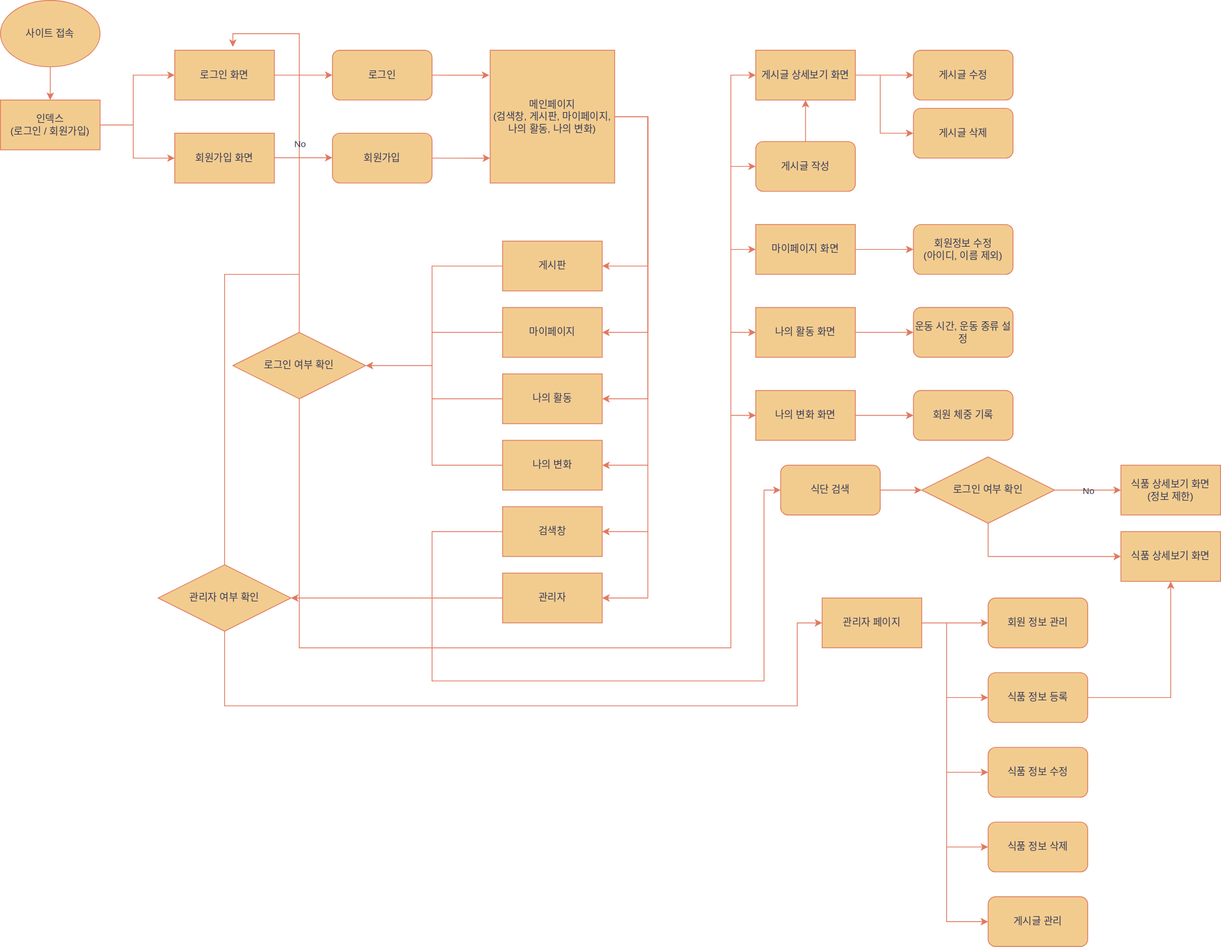
checkIn97/Diet-Project keeps this draw.io diagram as document/플로우차트.svg. Above is the earlier version. Source tidied: cells renumbered, new cells last; positions are measured from the earlier drawing's top-left corner, leaving out a move shared by most shapes.
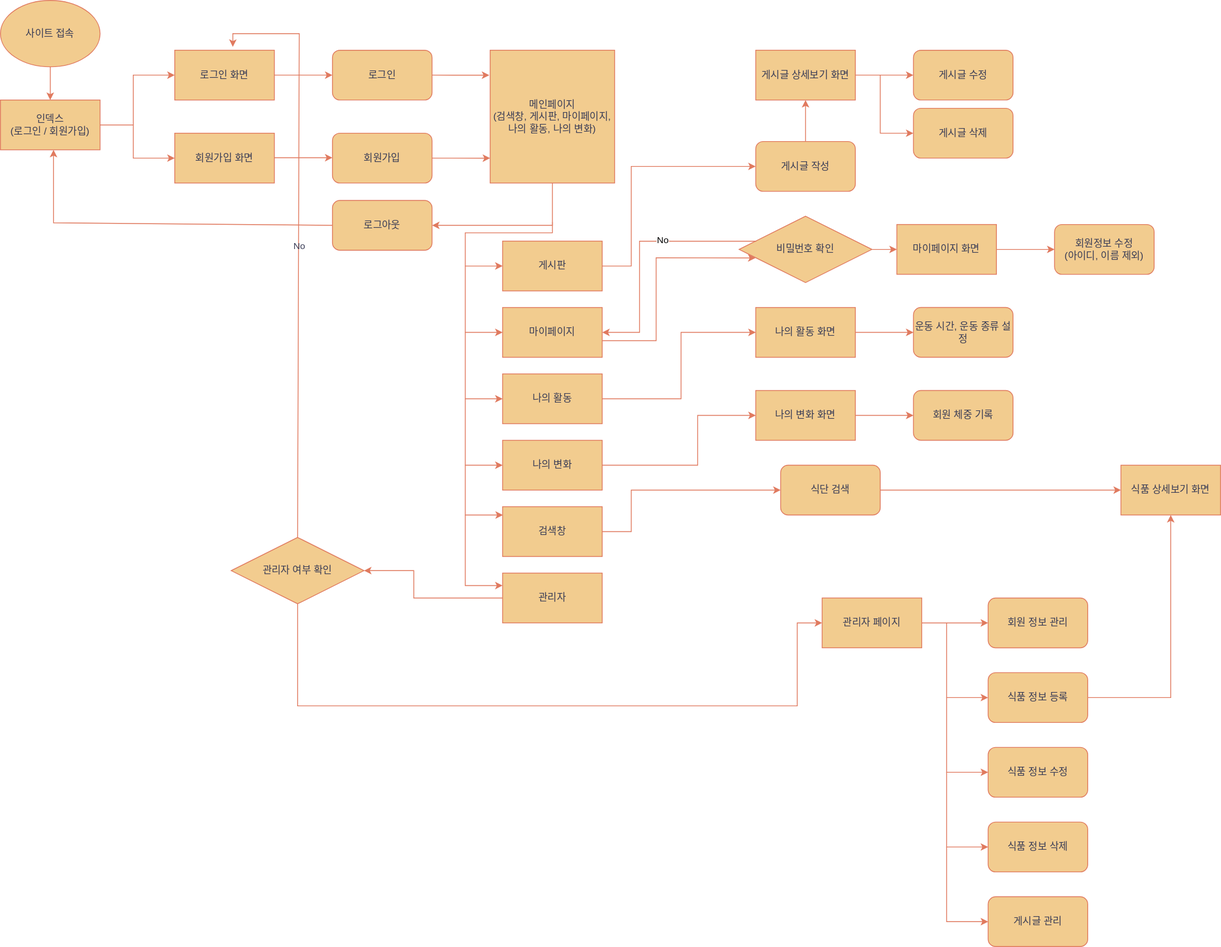
Later version of the same file.

Commit message:
플로우차트.svg 업데이트

The edit, as a diff of the source:
```diff
@@ -73,7 +73,8 @@
     </mxCell>
-    <mxCell id="20" style="endArrow=classic;html=1;rounded=0;exitX=1;exitY=0.5;exitDx=0;exitDy=0;entryX=1;entryY=0.5;entryDx=0;entryDy=0;labelBackgroundColor=none;strokeColor=#E07A5F;fontColor=default;" parent="1" edge="1" source="13" target="19">
+    <mxCell id="20" style="endArrow=classic;html=1;rounded=0;entryX=0;entryY=0.5;entryDx=0;entryDy=0;labelBackgroundColor=none;strokeColor=#E07A5F;fontColor=default;" parent="1" edge="1" target="19">
       <mxGeometry relative="1" as="geometry">
+        <mxPoint x="560" y="480" as="sourcePoint" />
         <Array as="points">
-          <mxPoint x="780" y="140" />
-          <mxPoint x="780" y="560" />
+          <mxPoint x="560" y="500" />
+          <mxPoint x="560" y="560" />
         </Array>
@@ -81,7 +82,8 @@
     </mxCell>
-    <mxCell id="21" style="endArrow=classic;html=1;rounded=0;exitX=1;exitY=0.5;exitDx=0;exitDy=0;entryX=1;entryY=0.5;entryDx=0;entryDy=0;labelBackgroundColor=none;strokeColor=#E07A5F;fontColor=default;" parent="1" edge="1" source="13" target="17">
+    <mxCell id="21" style="endArrow=classic;html=1;rounded=0;entryX=0;entryY=0.5;entryDx=0;entryDy=0;labelBackgroundColor=none;strokeColor=#E07A5F;fontColor=default;" parent="1" edge="1" target="17">
       <mxGeometry relative="1" as="geometry">
+        <mxPoint x="560" y="400" as="sourcePoint" />
         <Array as="points">
-          <mxPoint x="780" y="140" />
-          <mxPoint x="780" y="480" />
+          <mxPoint x="560" y="420" />
+          <mxPoint x="560" y="480" />
         </Array>
@@ -89,7 +91,7 @@
     </mxCell>
-    <mxCell id="22" style="endArrow=classic;html=1;rounded=0;exitX=1;exitY=0.5;exitDx=0;exitDy=0;entryX=1;entryY=0.5;entryDx=0;entryDy=0;labelBackgroundColor=none;strokeColor=#E07A5F;fontColor=default;" parent="1" edge="1" source="13" target="18">
+    <mxCell id="22" style="endArrow=classic;html=1;rounded=0;entryX=0;entryY=0.5;entryDx=0;entryDy=0;labelBackgroundColor=none;strokeColor=#E07A5F;fontColor=default;" parent="1" edge="1" target="18">
       <mxGeometry relative="1" as="geometry">
+        <mxPoint x="560" y="320" as="sourcePoint" />
         <Array as="points">
-          <mxPoint x="780" y="140" />
-          <mxPoint x="780" y="400" />
+          <mxPoint x="560" y="400" />
         </Array>
@@ -97,7 +99,9 @@
     </mxCell>
-    <mxCell id="23" style="endArrow=classic;html=1;rounded=0;exitX=1;exitY=0.5;exitDx=0;exitDy=0;entryX=1;entryY=0.5;entryDx=0;entryDy=0;labelBackgroundColor=none;strokeColor=#E07A5F;fontColor=default;" parent="1" edge="1" source="13" target="16">
+    <mxCell id="23" style="endArrow=classic;html=1;rounded=0;entryX=0;entryY=0.5;entryDx=0;entryDy=0;labelBackgroundColor=none;strokeColor=#E07A5F;fontColor=default;" parent="1" edge="1" target="16">
       <mxGeometry relative="1" as="geometry">
+        <mxPoint x="665" y="267" as="sourcePoint" />
         <Array as="points">
-          <mxPoint x="780" y="140" />
-          <mxPoint x="780" y="320" />
+          <mxPoint x="665" y="280" />
+          <mxPoint x="560" y="280" />
+          <mxPoint x="560" y="320" />
         </Array>
@@ -105,35 +109,3 @@
     </mxCell>
-    <mxCell id="24" value="로그인 여부 확인" style="rhombus;whiteSpace=wrap;html=1;labelBackgroundColor=none;fillColor=#F2CC8F;strokeColor=#E07A5F;fontColor=#393C56;" parent="1" vertex="1">
-      <mxGeometry x="280" y="400" width="160" height="80" as="geometry" />
-    </mxCell>
-    <mxCell id="25" style="endArrow=classic;html=1;rounded=0;exitX=0;exitY=0.5;exitDx=0;exitDy=0;entryX=1;entryY=0.5;entryDx=0;entryDy=0;labelBackgroundColor=none;strokeColor=#E07A5F;fontColor=default;" parent="1" edge="1" source="16" target="24">
-      <mxGeometry relative="1" as="geometry">
-        <Array as="points">
-          <mxPoint x="520" y="320" />
-          <mxPoint x="520" y="440" />
-        </Array>
-      </mxGeometry>
-    </mxCell>
-    <mxCell id="26" style="endArrow=none;html=1;rounded=0;exitX=0;exitY=0.5;exitDx=0;exitDy=0;labelBackgroundColor=none;strokeColor=#E07A5F;fontColor=default;" parent="1" edge="1" source="18">
-      <mxGeometry relative="1" as="geometry">
-        <mxPoint x="520" y="400" as="targetPoint" />
-      </mxGeometry>
-    </mxCell>
-    <mxCell id="27" style="endArrow=none;html=1;rounded=0;exitX=0;exitY=0.5;exitDx=0;exitDy=0;labelBackgroundColor=none;strokeColor=#E07A5F;fontColor=default;" parent="1" edge="1" source="17">
-      <mxGeometry relative="1" as="geometry">
-        <mxPoint x="520" y="440" as="targetPoint" />
-        <Array as="points">
-          <mxPoint x="520" y="480" />
-        </Array>
-      </mxGeometry>
-    </mxCell>
-    <mxCell id="28" style="endArrow=none;html=1;rounded=0;exitX=0;exitY=0.5;exitDx=0;exitDy=0;labelBackgroundColor=none;strokeColor=#E07A5F;fontColor=default;" parent="1" edge="1" source="19">
-      <mxGeometry relative="1" as="geometry">
-        <mxPoint x="520" y="480" as="targetPoint" />
-        <Array as="points">
-          <mxPoint x="520" y="560" />
-        </Array>
-      </mxGeometry>
-    </mxCell>
-    <mxCell id="29" style="endArrow=classic;html=1;rounded=0;exitX=0.5;exitY=0;exitDx=0;exitDy=0;entryX=0.583;entryY=-0.067;entryDx=0;entryDy=0;entryPerimeter=0;labelBackgroundColor=none;strokeColor=#E07A5F;fontColor=default;" parent="1" edge="1" source="24" target="6">
+    <mxCell id="29" style="endArrow=classic;html=1;rounded=0;exitX=0.5;exitY=0;exitDx=0;exitDy=0;entryX=0.583;entryY=-0.067;entryDx=0;entryDy=0;entryPerimeter=0;labelBackgroundColor=none;strokeColor=#E07A5F;fontColor=default;" parent="1" edge="1" source="58" target="6">
       <mxGeometry relative="1" as="geometry">
@@ -148,12 +120,2 @@
     </mxCell>
-    <mxCell id="31" style="endArrow=classic;html=1;rounded=0;exitX=0.5;exitY=1;exitDx=0;exitDy=0;entryX=0;entryY=0.5;entryDx=0;entryDy=0;labelBackgroundColor=none;strokeColor=#E07A5F;fontColor=default;" parent="1" edge="1" source="24">
-      <mxGeometry relative="1" as="geometry">
-        <mxPoint x="910" y="90" as="targetPoint" />
-        <Array as="points">
-          <mxPoint x="360" y="780" />
-          <mxPoint x="880" y="780" />
-          <mxPoint x="880" y="90" />
-        </Array>
-      </mxGeometry>
-    </mxCell>
     <mxCell id="32" value="게시글 작성" style="rounded=1;whiteSpace=wrap;html=1;labelBackgroundColor=none;fillColor=#F2CC8F;strokeColor=#E07A5F;fontColor=#393C56;" parent="1" vertex="1">
@@ -161,5 +123,8 @@
     </mxCell>
-    <mxCell id="33" style="endArrow=classic;html=1;rounded=0;entryX=0;entryY=0.5;entryDx=0;entryDy=0;labelBackgroundColor=none;strokeColor=#E07A5F;fontColor=default;" parent="1" edge="1" target="32">
+    <mxCell id="33" style="endArrow=classic;html=1;rounded=0;entryX=0;entryY=0.5;entryDx=0;entryDy=0;labelBackgroundColor=none;strokeColor=#E07A5F;fontColor=default;exitX=1;exitY=0.5;exitDx=0;exitDy=0;" parent="1" edge="1" source="16" target="32">
       <mxGeometry relative="1" as="geometry">
-        <mxPoint x="880" y="200" as="sourcePoint" />
+        <Array as="points">
+          <mxPoint x="760" y="320" />
+          <mxPoint x="760" y="200" />
+        </Array>
       </mxGeometry>
@@ -190,11 +155,6 @@
     <mxCell id="40" value="마이페이지 화면" style="rounded=0;whiteSpace=wrap;html=1;labelBackgroundColor=none;fillColor=#F2CC8F;strokeColor=#E07A5F;fontColor=#393C56;" parent="1" vertex="1">
-      <mxGeometry x="910" y="270" width="120" height="60" as="geometry" />
+      <mxGeometry x="1080" y="270" width="120" height="60" as="geometry" />
     </mxCell>
-    <mxCell id="41" style="endArrow=classic;html=1;rounded=0;entryX=0;entryY=0.5;entryDx=0;entryDy=0;labelBackgroundColor=none;strokeColor=#E07A5F;fontColor=default;" parent="1" edge="1" target="40">
-      <mxGeometry relative="1" as="geometry">
-        <mxPoint x="880" y="300" as="sourcePoint" />
-      </mxGeometry>
-    </mxCell>
     <mxCell id="42" value="회원정보 수정&lt;div&gt;(아이디, 이름 제외)&lt;/div&gt;" style="rounded=1;whiteSpace=wrap;html=1;labelBackgroundColor=none;fillColor=#F2CC8F;strokeColor=#E07A5F;fontColor=#393C56;" parent="1" vertex="1">
-      <mxGeometry x="1100" y="270" width="120" height="60" as="geometry" />
+      <mxGeometry x="1270" y="270" width="120" height="60" as="geometry" />
     </mxCell>
@@ -206,5 +166,8 @@
     </mxCell>
-    <mxCell id="45" style="endArrow=classic;html=1;rounded=0;entryX=0;entryY=0.5;entryDx=0;entryDy=0;labelBackgroundColor=none;strokeColor=#E07A5F;fontColor=default;" parent="1" edge="1" target="44">
+    <mxCell id="45" style="endArrow=classic;html=1;rounded=0;entryX=0;entryY=0.5;entryDx=0;entryDy=0;labelBackgroundColor=none;strokeColor=#E07A5F;fontColor=default;exitX=1;exitY=0.5;exitDx=0;exitDy=0;" parent="1" edge="1" source="17" target="44">
       <mxGeometry relative="1" as="geometry">
-        <mxPoint x="880" y="400" as="sourcePoint" />
+        <Array as="points">
+          <mxPoint x="820" y="480" />
+          <mxPoint x="820" y="400" />
+        </Array>
       </mxGeometry>
@@ -220,5 +183,8 @@
     </mxCell>
-    <mxCell id="49" style="endArrow=classic;html=1;rounded=0;entryX=0;entryY=0.5;entryDx=0;entryDy=0;labelBackgroundColor=none;strokeColor=#E07A5F;fontColor=default;" parent="1" edge="1" target="48">
+    <mxCell id="49" style="endArrow=classic;html=1;rounded=0;entryX=0;entryY=0.5;entryDx=0;entryDy=0;labelBackgroundColor=none;strokeColor=#E07A5F;fontColor=default;exitX=1;exitY=0.5;exitDx=0;exitDy=0;" parent="1" edge="1" source="19" target="48">
       <mxGeometry relative="1" as="geometry">
-        <mxPoint x="880" y="500" as="sourcePoint" />
+        <Array as="points">
+          <mxPoint x="840" y="560" />
+          <mxPoint x="840" y="500" />
+        </Array>
       </mxGeometry>
@@ -234,7 +200,7 @@
     </mxCell>
-    <mxCell id="53" style="endArrow=classic;html=1;rounded=0;entryX=1;entryY=0.5;entryDx=0;entryDy=0;labelBackgroundColor=none;strokeColor=#E07A5F;fontColor=default;" parent="1" edge="1" target="52">
+    <mxCell id="53" style="endArrow=classic;html=1;rounded=0;entryX=0.003;entryY=0.167;entryDx=0;entryDy=0;labelBackgroundColor=none;strokeColor=#E07A5F;fontColor=default;entryPerimeter=0;" parent="1" edge="1" target="52">
       <mxGeometry relative="1" as="geometry">
-        <mxPoint x="780" y="560" as="sourcePoint" />
+        <mxPoint x="560" y="560" as="sourcePoint" />
         <Array as="points">
-          <mxPoint x="780" y="640" />
+          <mxPoint x="560" y="620" />
         </Array>
@@ -245,7 +211,7 @@
     </mxCell>
-    <mxCell id="55" style="endArrow=classic;html=1;rounded=0;entryX=1;entryY=0.5;entryDx=0;entryDy=0;labelBackgroundColor=none;strokeColor=#E07A5F;fontColor=default;" parent="1" edge="1" target="54">
+    <mxCell id="55" style="endArrow=classic;html=1;rounded=0;entryX=0;entryY=0.25;entryDx=0;entryDy=0;labelBackgroundColor=none;strokeColor=#E07A5F;fontColor=default;" parent="1" edge="1" target="54">
       <mxGeometry relative="1" as="geometry">
-        <mxPoint x="780" y="640" as="sourcePoint" />
+        <mxPoint x="560" y="620" as="sourcePoint" />
         <Array as="points">
-          <mxPoint x="780" y="720" />
+          <mxPoint x="560" y="705" />
         </Array>
@@ -256,8 +222,7 @@
     </mxCell>
-    <mxCell id="57" style="endArrow=classic;html=1;rounded=0;exitX=0;exitY=0.5;exitDx=0;exitDy=0;entryX=0;entryY=0.5;entryDx=0;entryDy=0;labelBackgroundColor=none;strokeColor=#E07A5F;fontColor=default;" parent="1" edge="1" source="52" target="56">
+    <mxCell id="57" style="endArrow=classic;html=1;rounded=0;exitX=1;exitY=0.5;exitDx=0;exitDy=0;entryX=0;entryY=0.5;entryDx=0;entryDy=0;labelBackgroundColor=none;strokeColor=#E07A5F;fontColor=default;" parent="1" edge="1" source="52" target="56">
       <mxGeometry relative="1" as="geometry">
         <Array as="points">
-          <mxPoint x="520" y="640" />
-          <mxPoint x="520" y="820" />
-          <mxPoint x="920" y="820" />
+          <mxPoint x="760" y="640" />
+          <mxPoint x="760" y="590" />
           <mxPoint x="920" y="590" />
@@ -267,18 +232,14 @@
     <mxCell id="58" value="관리자 여부 확인" style="rhombus;whiteSpace=wrap;html=1;labelBackgroundColor=none;fillColor=#F2CC8F;strokeColor=#E07A5F;fontColor=#393C56;" parent="1" vertex="1">
-      <mxGeometry x="190" y="680" width="160" height="80" as="geometry" />
+      <mxGeometry x="278" y="647" width="160" height="80" as="geometry" />
     </mxCell>
     <mxCell id="59" style="endArrow=classic;html=1;rounded=0;exitX=0;exitY=0.5;exitDx=0;exitDy=0;entryX=1;entryY=0.5;entryDx=0;entryDy=0;labelBackgroundColor=none;strokeColor=#E07A5F;fontColor=default;" parent="1" edge="1" source="54" target="58">
-      <mxGeometry relative="1" as="geometry" />
+      <mxGeometry relative="1" as="geometry">
+        <Array as="points">
+          <mxPoint x="498" y="720" />
+          <mxPoint x="498" y="687" />
+        </Array>
+      </mxGeometry>
     </mxCell>
-    <mxCell id="60" style="endArrow=none;html=1;rounded=0;exitX=0.5;exitY=0;exitDx=0;exitDy=0;labelBackgroundColor=none;strokeColor=#E07A5F;fontColor=default;" parent="1" edge="1" source="58">
-      <mxGeometry relative="1" as="geometry">
-        <mxPoint x="360" y="330" as="targetPoint" />
-        <Array as="points">
-          <mxPoint x="270" y="330" />
-        </Array>
-      </mxGeometry>
-    </mxCell>
-    <mxCell id="61" style="endArrow=classic;html=1;rounded=0;entryX=0;entryY=0.5;entryDx=0;entryDy=0;exitX=1;exitY=0.5;exitDx=0;exitDy=0;labelBackgroundColor=none;strokeColor=#E07A5F;fontColor=default;" parent="1" edge="1" source="56">
+    <mxCell id="61" style="endArrow=classic;html=1;rounded=0;entryX=0;entryY=0.5;entryDx=0;entryDy=0;exitX=1;exitY=0.5;exitDx=0;exitDy=0;labelBackgroundColor=none;strokeColor=#E07A5F;fontColor=default;" parent="1" edge="1" source="56" target="69">
       <mxGeometry relative="1" as="geometry">
-        <mxPoint x="1110" y="590" as="targetPoint" />
         <Array as="points">
@@ -291,3 +252,3 @@
         <Array as="points">
-          <mxPoint x="270" y="850" />
+          <mxPoint x="358" y="850" />
           <mxPoint x="960" y="850" />
@@ -300,26 +261,4 @@
     </mxCell>
-    <mxCell id="64" value="식품 상세보기 화면&lt;div&gt;(정보 제한)&lt;/div&gt;" style="rounded=0;whiteSpace=wrap;html=1;labelBackgroundColor=none;fillColor=#F2CC8F;strokeColor=#E07A5F;fontColor=#393C56;" parent="1" vertex="1">
-      <mxGeometry x="1350" y="560" width="120" height="60" as="geometry" />
-    </mxCell>
-    <mxCell id="65" value="로그인 여부 확인" style="rhombus;whiteSpace=wrap;html=1;labelBackgroundColor=none;fillColor=#F2CC8F;strokeColor=#E07A5F;fontColor=#393C56;" parent="1" vertex="1">
-      <mxGeometry x="1110" y="550" width="160" height="80" as="geometry" />
-    </mxCell>
-    <mxCell id="66" style="endArrow=classic;html=1;rounded=0;entryX=0;entryY=0.5;entryDx=0;entryDy=0;labelBackgroundColor=none;strokeColor=#E07A5F;fontColor=default;" parent="1" edge="1" target="64">
-      <mxGeometry relative="1" as="geometry">
-        <mxPoint x="1270" y="590" as="sourcePoint" />
-      </mxGeometry>
-    </mxCell>
-    <mxCell id="67" value="No" style="edgeLabel;html=1;align=center;verticalAlign=middle;labelBackgroundColor=none;fontColor=#393C56;" parent="66" vertex="1">
-      <mxGeometry relative="1" as="geometry" />
-    </mxCell>
-    <mxCell id="68" style="endArrow=classic;html=1;rounded=0;exitX=0.5;exitY=1;exitDx=0;exitDy=0;labelBackgroundColor=none;strokeColor=#E07A5F;fontColor=default;" parent="1" edge="1" source="65">
-      <mxGeometry relative="1" as="geometry">
-        <mxPoint x="1350" y="670" as="targetPoint" />
-        <Array as="points">
-          <mxPoint x="1190" y="670" />
-        </Array>
-      </mxGeometry>
-    </mxCell>
     <mxCell id="69" value="식품 상세보기 화면" style="rounded=0;whiteSpace=wrap;html=1;labelBackgroundColor=none;fillColor=#F2CC8F;strokeColor=#E07A5F;fontColor=#393C56;" parent="1" vertex="1">
-      <mxGeometry x="1350" y="640" width="120" height="60" as="geometry" />
+      <mxGeometry x="1350" y="560" width="120" height="60" as="geometry" />
     </mxCell>
@@ -382,2 +321,45 @@
     </mxCell>
+    <mxCell id="81" value="로그아웃" style="rounded=1;whiteSpace=wrap;html=1;labelBackgroundColor=none;fillColor=#F2CC8F;strokeColor=#E07A5F;fontColor=#393C56;" parent="1" vertex="1">
+      <mxGeometry x="400" y="241" width="120" height="60" as="geometry" />
+    </mxCell>
+    <mxCell id="82" style="endArrow=classic;html=1;rounded=0;entryX=1;entryY=0.5;entryDx=0;entryDy=0;labelBackgroundColor=none;strokeColor=#E07A5F;fontColor=default;exitX=0.5;exitY=1;exitDx=0;exitDy=0;" parent="1" edge="1" source="13" target="81">
+      <mxGeometry relative="1" as="geometry">
+        <Array as="points">
+          <mxPoint x="665" y="271" />
+        </Array>
+      </mxGeometry>
+    </mxCell>
+    <mxCell id="83" style="endArrow=classic;html=1;rounded=0;entryX=0.533;entryY=1;entryDx=0;entryDy=0;labelBackgroundColor=none;strokeColor=#E07A5F;fontColor=default;exitX=0;exitY=0.5;exitDx=0;exitDy=0;entryPerimeter=0;" parent="1" edge="1" source="81" target="3">
+      <mxGeometry relative="1" as="geometry">
+        <Array as="points">
+          <mxPoint x="64" y="268" />
+        </Array>
+      </mxGeometry>
+    </mxCell>
+    <mxCell id="84" value="비밀번호 확인" style="rhombus;whiteSpace=wrap;html=1;labelBackgroundColor=none;fillColor=#F2CC8F;strokeColor=#E07A5F;fontColor=#393C56;" parent="1" vertex="1">
+      <mxGeometry x="890" y="260" width="160" height="80" as="geometry" />
+    </mxCell>
+    <mxCell id="85" style="endArrow=classic;html=1;rounded=0;labelBackgroundColor=none;strokeColor=#E07A5F;fontColor=default;entryX=1;entryY=0.5;entryDx=0;entryDy=0;exitX=0.129;exitY=0.377;exitDx=0;exitDy=0;exitPerimeter=0;" parent="1" edge="1" source="84" target="18">
+      <mxGeometry relative="1" as="geometry">
+        <Array as="points">
+          <mxPoint x="770" y="290" />
+          <mxPoint x="770" y="400" />
+        </Array>
+      </mxGeometry>
+    </mxCell>
+    <mxCell id="67" value="No" style="edgeLabel;html=1;align=center;verticalAlign=middle;" parent="85" vertex="1">
+      <mxGeometry x="-0.23" y="-1" relative="1" as="geometry" />
+    </mxCell>
+    <mxCell id="86" style="endArrow=classic;html=1;rounded=0;labelBackgroundColor=none;strokeColor=#E07A5F;fontColor=default;exitX=1;exitY=0.5;exitDx=0;exitDy=0;entryX=0.123;entryY=0.629;entryDx=0;entryDy=0;entryPerimeter=0;" parent="1" edge="1" target="84">
+      <mxGeometry relative="1" as="geometry">
+        <mxPoint x="725" y="410" as="sourcePoint" />
+        <Array as="points">
+          <mxPoint x="790" y="410" />
+          <mxPoint x="790" y="310" />
+        </Array>
+      </mxGeometry>
+    </mxCell>
+    <mxCell id="87" style="endArrow=classic;html=1;rounded=0;exitX=1;exitY=0.5;exitDx=0;exitDy=0;labelBackgroundColor=none;strokeColor=#E07A5F;fontColor=default;entryX=0;entryY=0.5;entryDx=0;entryDy=0;" parent="1" edge="1" source="84" target="40">
+      <mxGeometry relative="1" as="geometry" />
+    </mxCell>
   </root>
```
